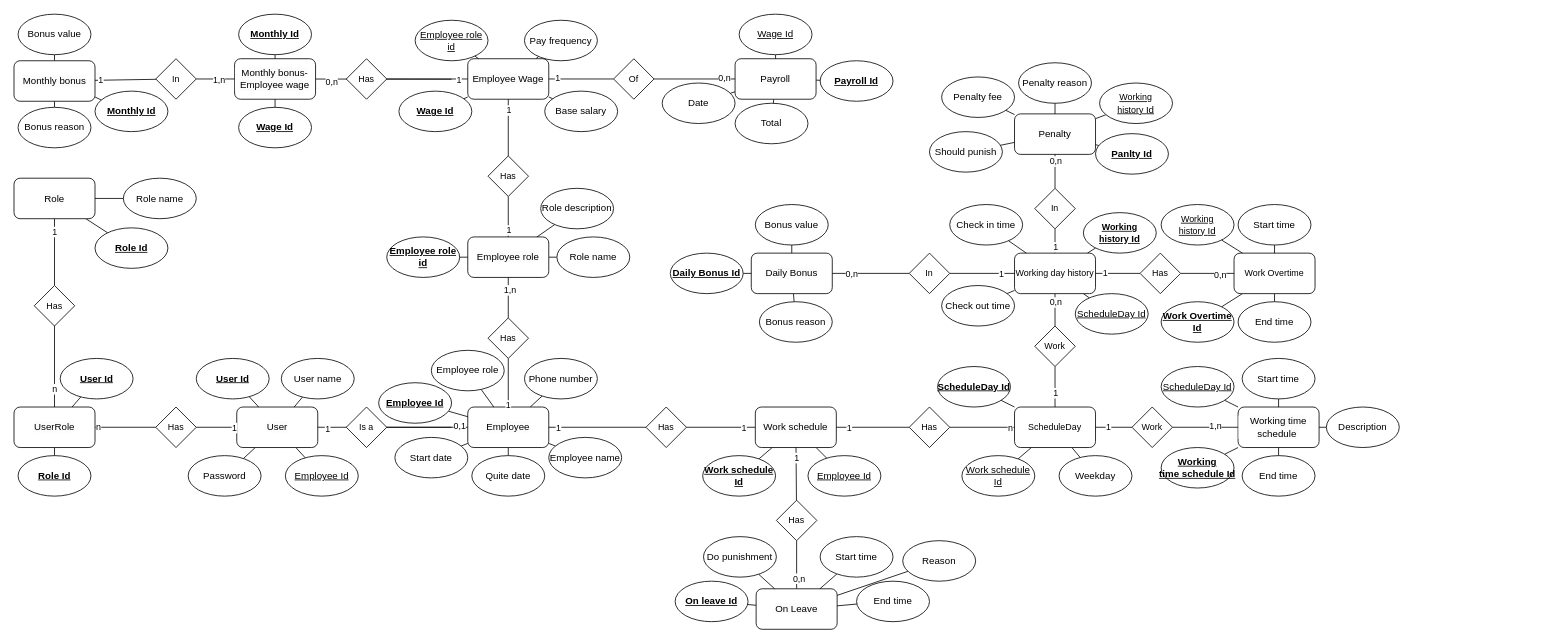
Before: Doc/ER.drawio in HoangDepTraiBoDoiThe/EmployeeManagement, a draw.io diagram. Source tidied: cells renumbered, new cells numbered last; positions are measured from the earlier drawing's top-left corner, leaving out a move shared by most shapes. Both pictures are drawn from the tidied source at 81%, with x=0, y=0 at pixel (14, 14).
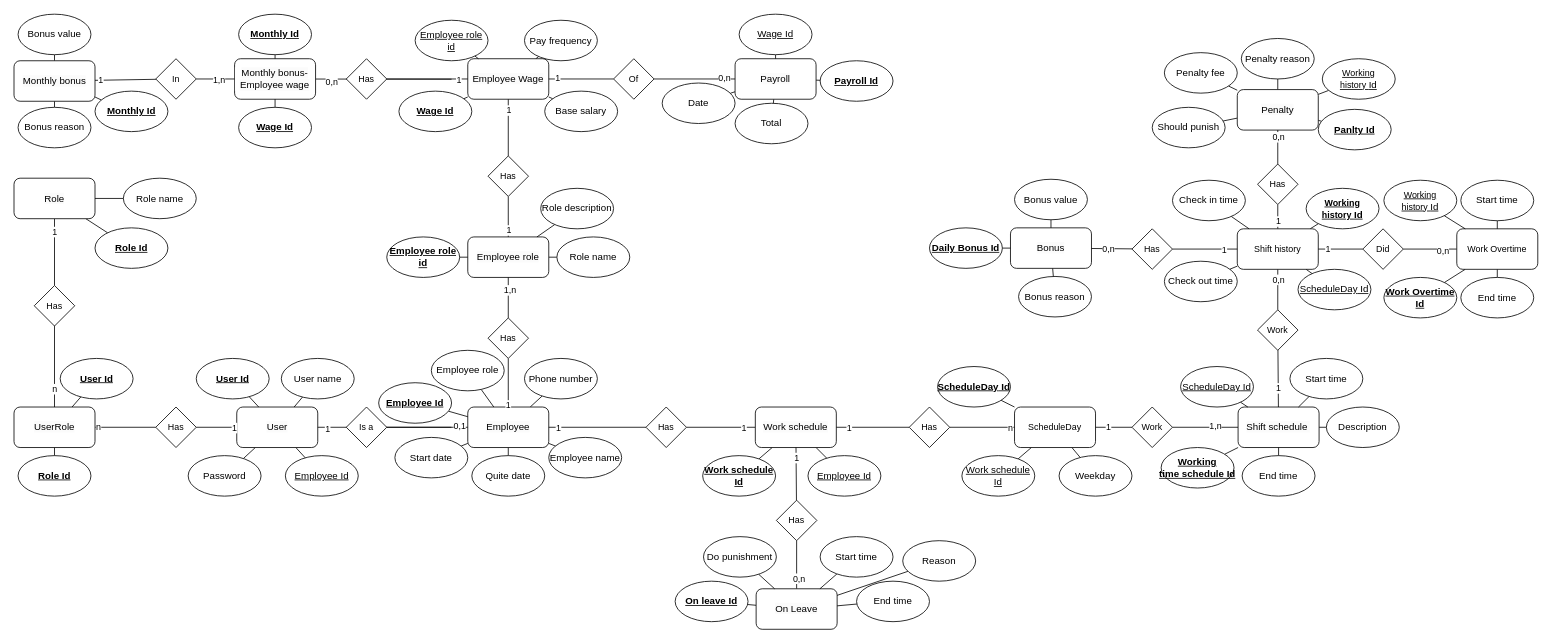
After the change.

The change refers to these unchanged cells:
```xml
<mxCell id="27" style="edgeStyle=none;shape=connector;rounded=0;jettySize=auto;html=1;strokeColor=default;align=center;verticalAlign=middle;fontFamily=Helvetica;fontSize=11;fontColor=default;labelBackgroundColor=default;endArrow=none;endFill=0;" parent="1" edge="1" source="147" target="119">
  <mxGeometry relative="1" as="geometry" />
</mxCell>
<mxCell id="96" value="ScheduleDay" style="rounded=1;whiteSpace=wrap;html=1;fontFamily=Helvetica;fontSize=11;fontColor=default;labelBackgroundColor=default;" parent="1" vertex="1">
  <mxGeometry x="1235" y="485" width="100" height="50" as="geometry" />
</mxCell>
```

Diff of the diagram source:
```diff
@@
     <mxCell id="28" value="1" style="edgeLabel;html=1;align=center;verticalAlign=middle;fontFamily=Helvetica;fontSize=11;fontColor=default;labelBackgroundColor=default;" parent="27" vertex="1">
       <mxGeometry x="0.89" relative="1" as="geometry">
-        <mxPoint y="-6" as="offset" />
+        <mxPoint y="-8" as="offset" />
       </mxGeometry>
     </mxCell>
@@
     <mxCell id="30" value="&lt;span style=&quot;font-size: 12px; background-color: rgb(251, 251, 251);&quot;&gt;Penalty&lt;/span&gt;" style="rounded=1;whiteSpace=wrap;html=1;fontFamily=Helvetica;fontSize=11;fontColor=default;labelBackgroundColor=default;" parent="1" vertex="1">
-      <mxGeometry x="1235" y="123.1" width="100" height="50" as="geometry" />
+      <mxGeometry x="1510" y="93.1" width="100" height="50" as="geometry" />
     </mxCell>
@@
     <mxCell id="61" value="Penalty fee" style="ellipse;whiteSpace=wrap;html=1;fontStyle=0;" parent="1" vertex="1">
-      <mxGeometry x="1145" y="77.5" width="90" height="50" as="geometry" />
+      <mxGeometry x="1420" y="47.5" width="90" height="50" as="geometry" />
     </mxCell>
     <mxCell id="62" value="Panlty Id" style="ellipse;whiteSpace=wrap;html=1;fontStyle=5;" parent="1" vertex="1">
-      <mxGeometry x="1335" y="147.5" width="90" height="50" as="geometry" />
+      <mxGeometry x="1610" y="117.5" width="90" height="50" as="geometry" />
     </mxCell>
@@
-    <mxCell id="105" value="&lt;span style=&quot;font-size: 12px; background-color: rgb(251, 251, 251);&quot;&gt;Working time schedule&amp;nbsp;&lt;/span&gt;" style="rounded=1;whiteSpace=wrap;html=1;fontFamily=Helvetica;fontSize=11;fontColor=default;labelBackgroundColor=default;" parent="1" vertex="1">
+    <mxCell id="105" value="&lt;span style=&quot;font-size: 12px; background-color: rgb(251, 251, 251);&quot;&gt;Shift schedule&amp;nbsp;&lt;/span&gt;" style="rounded=1;whiteSpace=wrap;html=1;fontFamily=Helvetica;fontSize=11;fontColor=default;labelBackgroundColor=default;" parent="1" vertex="1">
       <mxGeometry x="1511" y="485" width="100" height="50" as="geometry" />
     </mxCell>
@@
     <mxCell id="108" value="Start time" style="ellipse;whiteSpace=wrap;html=1;fontStyle=0;" parent="1" vertex="1">
-      <mxGeometry x="1516" y="425" width="90" height="50" as="geometry" />
+      <mxGeometry x="1575" y="425" width="90" height="50" as="geometry" />
     </mxCell>
@@
-    <mxCell id="119" value="Working day history" style="rounded=1;whiteSpace=wrap;html=1;fontFamily=Helvetica;fontSize=11;fontColor=default;labelBackgroundColor=default;" parent="1" vertex="1">
-      <mxGeometry x="1235" y="295" width="100" height="50" as="geometry" />
+    <mxCell id="119" value="Shift history" style="rounded=1;whiteSpace=wrap;html=1;fontFamily=Helvetica;fontSize=11;fontColor=default;labelBackgroundColor=default;" parent="1" vertex="1">
+      <mxGeometry x="1510" y="265" width="100" height="50" as="geometry" />
     </mxCell>
-    <mxCell id="120" style="edgeStyle=none;shape=connector;rounded=0;jettySize=auto;html=1;strokeColor=default;align=center;verticalAlign=middle;fontFamily=Helvetica;fontSize=11;fontColor=default;labelBackgroundColor=default;endArrow=none;endFill=0;" parent="1" edge="1" source="96" target="122">
+    <mxCell id="120" style="edgeStyle=none;shape=connector;rounded=0;jettySize=auto;html=1;strokeColor=default;align=center;verticalAlign=middle;fontFamily=Helvetica;fontSize=11;fontColor=default;labelBackgroundColor=default;endArrow=none;endFill=0;" parent="1" edge="1" source="105" target="122">
       <mxGeometry relative="1" as="geometry" />
     </mxCell>
@@
     <mxCell id="122" value="Work" style="rhombus;whiteSpace=wrap;html=1;fontFamily=Helvetica;fontSize=11;fontColor=default;labelBackgroundColor=default;" parent="1" vertex="1">
-      <mxGeometry x="1260" y="385" width="50" height="50" as="geometry" />
+      <mxGeometry x="1535" y="365" width="50" height="50" as="geometry" />
     </mxCell>
     <mxCell id="123" value="&lt;span style=&quot;font-size: 11px; background-color: rgb(255, 255, 255);&quot;&gt;Working history&amp;nbsp;&lt;/span&gt;&lt;span style=&quot;&quot;&gt;Id&lt;/span&gt;" style="ellipse;whiteSpace=wrap;html=1;fontStyle=5;" parent="1" vertex="1">
-      <mxGeometry x="1320" y="245" width="90" height="50" as="geometry" />
+      <mxGeometry x="1595" y="215" width="90" height="50" as="geometry" />
     </mxCell>
@@
     <mxCell id="125" value="Check in time" style="ellipse;whiteSpace=wrap;html=1;fontStyle=0;" parent="1" vertex="1">
-      <mxGeometry x="1155" y="235" width="90" height="50" as="geometry" />
+      <mxGeometry x="1430" y="205" width="90" height="50" as="geometry" />
     </mxCell>
     <mxCell id="126" value="Check out time" style="ellipse;whiteSpace=wrap;html=1;fontStyle=0;" parent="1" vertex="1">
-      <mxGeometry x="1145" y="335" width="90" height="50" as="geometry" />
+      <mxGeometry x="1420" y="305" width="90" height="50" as="geometry" />
     </mxCell>
@@
     <mxCell id="129" value="Work Overtime" style="rounded=1;whiteSpace=wrap;html=1;fontFamily=Helvetica;fontSize=11;fontColor=default;labelBackgroundColor=default;" parent="1" vertex="1">
-      <mxGeometry x="1506" y="295" width="100" height="50" as="geometry" />
+      <mxGeometry x="1781" y="265" width="100" height="50" as="geometry" />
     </mxCell>
     <mxCell id="130" value="&lt;span style=&quot;&quot;&gt;Work Overtime Id&lt;/span&gt;" style="ellipse;whiteSpace=wrap;html=1;fontStyle=5;" parent="1" vertex="1">
-      <mxGeometry x="1416" y="355" width="90" height="50" as="geometry" />
+      <mxGeometry x="1691" y="325" width="90" height="50" as="geometry" />
     </mxCell>
@@
     <mxCell id="132" value="Start time" style="ellipse;whiteSpace=wrap;html=1;fontStyle=0;" parent="1" vertex="1">
-      <mxGeometry x="1511" y="235" width="90" height="50" as="geometry" />
+      <mxGeometry x="1786" y="205" width="90" height="50" as="geometry" />
     </mxCell>
     <mxCell id="133" value="End time" style="ellipse;whiteSpace=wrap;html=1;fontStyle=0;" parent="1" vertex="1">
-      <mxGeometry x="1511" y="355" width="90" height="50" as="geometry" />
+      <mxGeometry x="1786" y="325" width="90" height="50" as="geometry" />
     </mxCell>
@@
-    <mxCell id="136" value="Has" style="rhombus;whiteSpace=wrap;html=1;fontFamily=Helvetica;fontSize=11;fontColor=default;labelBackgroundColor=default;" parent="1" vertex="1">
-      <mxGeometry x="1390" y="295" width="50" height="50" as="geometry" />
+    <mxCell id="136" value="Did" style="rhombus;whiteSpace=wrap;html=1;fontFamily=Helvetica;fontSize=11;fontColor=default;labelBackgroundColor=default;" parent="1" vertex="1">
+      <mxGeometry x="1665" y="265" width="50" height="50" as="geometry" />
     </mxCell>
     <mxCell id="137" value="Penalty reason" style="ellipse;whiteSpace=wrap;html=1;fontStyle=0;" parent="1" vertex="1">
-      <mxGeometry x="1240" y="60" width="90" height="50" as="geometry" />
+      <mxGeometry x="1515" y="30" width="90" height="50" as="geometry" />
     </mxCell>
     <mxCell id="138" value="Should punish" style="ellipse;whiteSpace=wrap;html=1;fontStyle=0;" parent="1" vertex="1">
-      <mxGeometry x="1130" y="145" width="90" height="50" as="geometry" />
+      <mxGeometry x="1405" y="115" width="90" height="50" as="geometry" />
     </mxCell>
@@
-    <mxCell id="142" value="&lt;span style=&quot;font-size: 12px; background-color: rgb(251, 251, 251);&quot;&gt;Daily Bonus&lt;/span&gt;" style="rounded=1;whiteSpace=wrap;html=1;fontFamily=Helvetica;fontSize=11;fontColor=default;labelBackgroundColor=default;" parent="1" vertex="1">
-      <mxGeometry x="910" y="295" width="100" height="50" as="geometry" />
+    <mxCell id="142" value="&lt;span style=&quot;font-size: 12px; background-color: rgb(251, 251, 251);&quot;&gt;Bonus&lt;/span&gt;" style="rounded=1;whiteSpace=wrap;html=1;fontFamily=Helvetica;fontSize=11;fontColor=default;labelBackgroundColor=default;" parent="1" vertex="1">
+      <mxGeometry x="1230" y="263.8" width="100" height="50" as="geometry" />
     </mxCell>
@@
     <mxCell id="144" value="Daily Bonus&amp;nbsp;Id" style="ellipse;whiteSpace=wrap;html=1;fontStyle=5;" parent="1" vertex="1">
-      <mxGeometry x="810" y="295" width="90" height="50" as="geometry" />
+      <mxGeometry x="1130" y="263.8" width="90" height="50" as="geometry" />
     </mxCell>
@@
-    <mxCell id="147" value="In" style="rhombus;whiteSpace=wrap;html=1;fontFamily=Helvetica;fontSize=11;fontColor=default;labelBackgroundColor=default;" parent="1" vertex="1">
-      <mxGeometry x="1260" y="215" width="50" height="50" as="geometry" />
+    <mxCell id="147" value="Has" style="rhombus;whiteSpace=wrap;html=1;fontFamily=Helvetica;fontSize=11;fontColor=default;labelBackgroundColor=default;" parent="1" vertex="1">
+      <mxGeometry x="1535" y="185" width="50" height="50" as="geometry" />
     </mxCell>
     <mxCell id="148" value="&lt;span style=&quot;font-size: 11px; background-color: rgb(255, 255, 255);&quot;&gt;Working history&amp;nbsp;&lt;/span&gt;&lt;span style=&quot;&quot;&gt;Id&lt;/span&gt;" style="ellipse;whiteSpace=wrap;html=1;fontStyle=4;" parent="1" vertex="1">
-      <mxGeometry x="1340" y="85" width="90" height="50" as="geometry" />
+      <mxGeometry x="1615" y="55" width="90" height="50" as="geometry" />
     </mxCell>
@@
-    <mxCell id="151" value="In" style="rhombus;whiteSpace=wrap;html=1;fontFamily=Helvetica;fontSize=11;fontColor=default;labelBackgroundColor=default;" parent="1" vertex="1">
-      <mxGeometry x="1105" y="295" width="50" height="50" as="geometry" />
+    <mxCell id="151" value="Has" style="rhombus;whiteSpace=wrap;html=1;fontFamily=Helvetica;fontSize=11;fontColor=default;labelBackgroundColor=default;" parent="1" vertex="1">
+      <mxGeometry x="1380" y="265" width="50" height="50" as="geometry" />
     </mxCell>
@@
     <mxCell id="153" value="Bonus value" style="ellipse;whiteSpace=wrap;html=1;fontStyle=0;" parent="1" vertex="1">
-      <mxGeometry x="915" y="235" width="90" height="50" as="geometry" />
+      <mxGeometry x="1235" y="203.8" width="90" height="50" as="geometry" />
     </mxCell>
@@
     <mxCell id="157" value="Bonus reason" style="ellipse;whiteSpace=wrap;html=1;fontStyle=0;" parent="1" vertex="1">
-      <mxGeometry x="920" y="355" width="90" height="50" as="geometry" />
+      <mxGeometry x="1240" y="323.8" width="90" height="50" as="geometry" />
     </mxCell>
@@
     <mxCell id="183" value="ScheduleDay&lt;span style=&quot;&quot;&gt;&amp;nbsp;Id&lt;/span&gt;" style="ellipse;whiteSpace=wrap;html=1;fontStyle=4;" parent="1" vertex="1">
-      <mxGeometry x="1416" y="435" width="90" height="50" as="geometry" />
+      <mxGeometry x="1440" y="435" width="90" height="50" as="geometry" />
     </mxCell>
     <mxCell id="184" value="ScheduleDay&lt;span style=&quot;&quot;&gt;&amp;nbsp;Id&lt;/span&gt;" style="ellipse;whiteSpace=wrap;html=1;fontStyle=4;" parent="1" vertex="1">
-      <mxGeometry x="1310" y="345" width="90" height="50" as="geometry" />
+      <mxGeometry x="1585" y="315" width="90" height="50" as="geometry" />
     </mxCell>
@@
     <mxCell id="186" value="&lt;span style=&quot;font-size: 11px; background-color: rgb(255, 255, 255);&quot;&gt;Working history&amp;nbsp;&lt;/span&gt;&lt;span style=&quot;&quot;&gt;Id&lt;/span&gt;" style="ellipse;whiteSpace=wrap;html=1;fontStyle=4;" parent="1" vertex="1">
-      <mxGeometry x="1416" y="235" width="90" height="50" as="geometry" />
+      <mxGeometry x="1691" y="205" width="90" height="50" as="geometry" />
     </mxCell>
```
